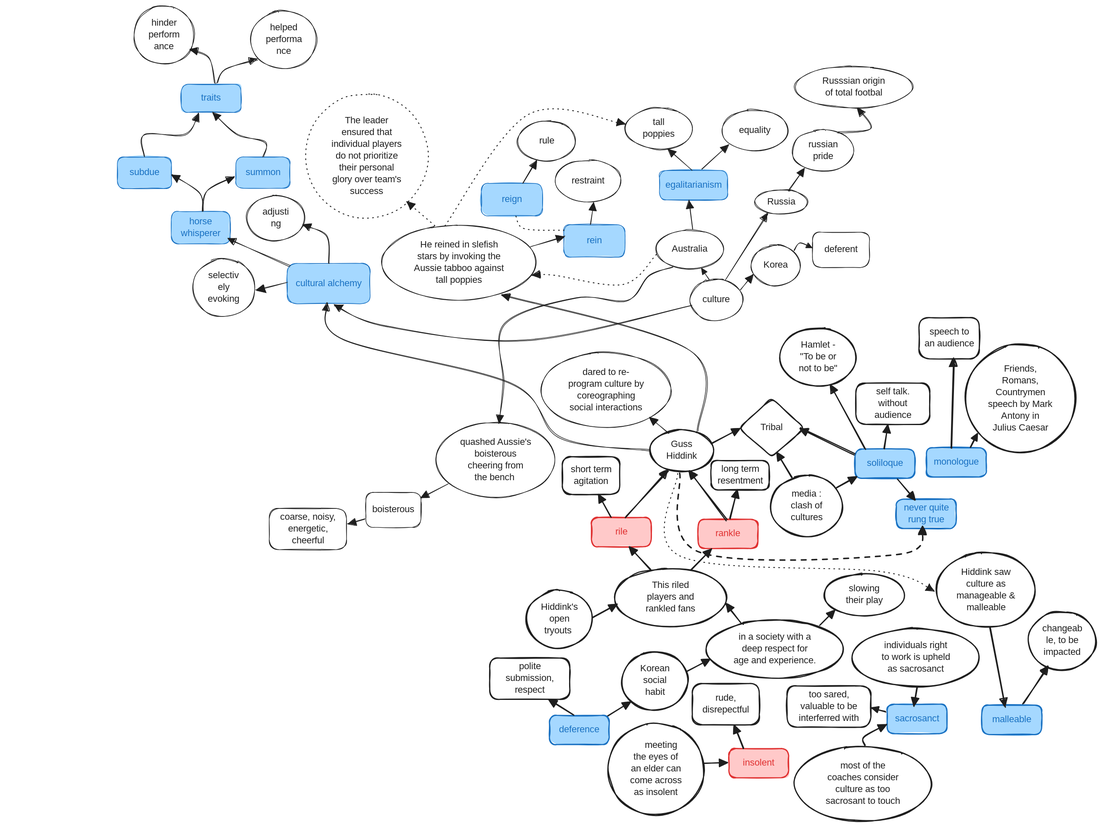
samratkar/samratkar.github.io keeps this Excalidraw diagram as images/wordisgod/wordisgod.excalidraw.svg. Above is the earlier version. Source tidied: one line per element, renumbered; positions are measured from the earlier drawing's top-left corner, leaving out a move shared by most shapes.
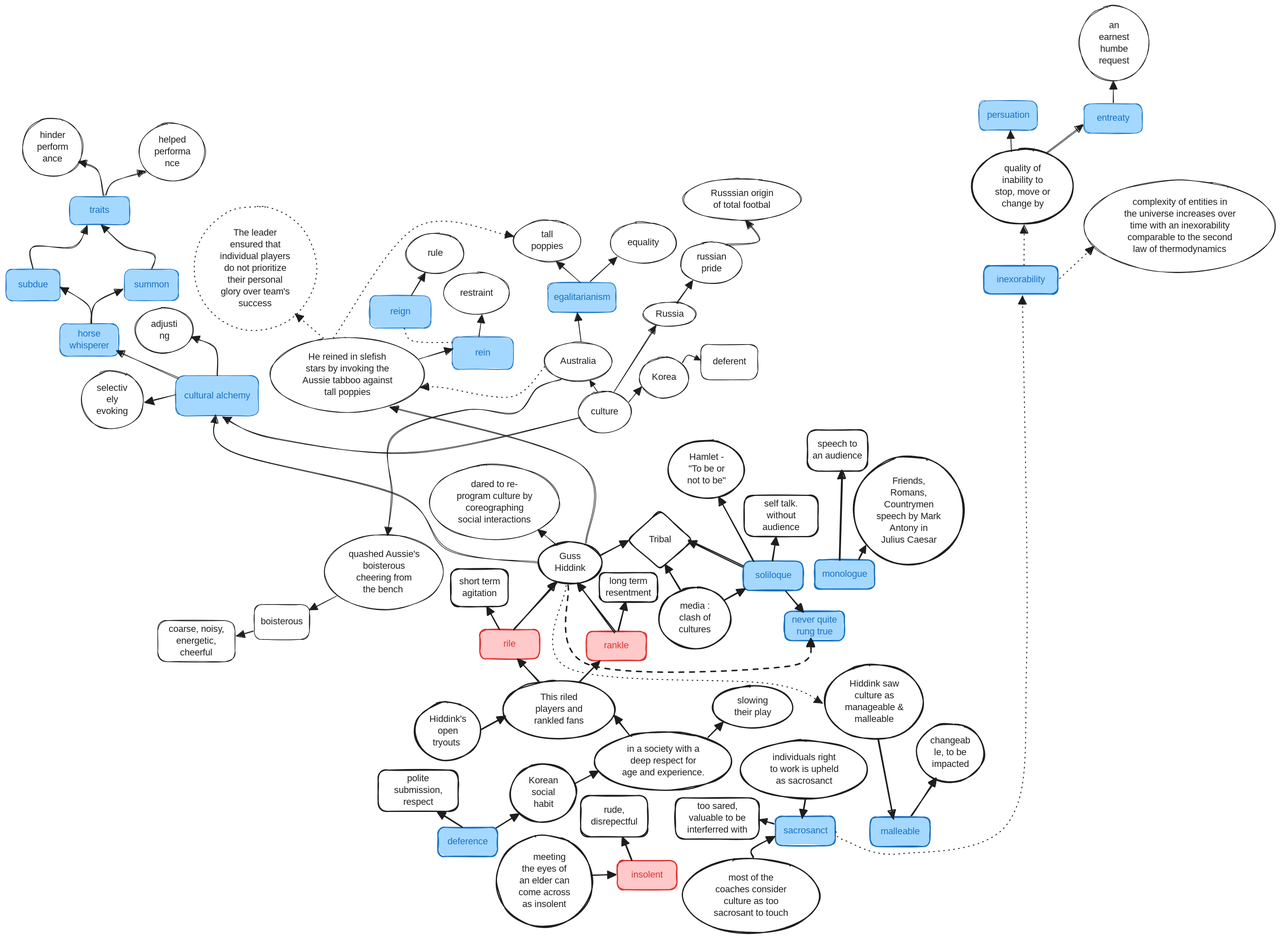
Above is the later version.

Change to the diagram source:
```diff
@@ -180,3 +180,21 @@
 {"id": 179, "type": "arrow", "strokeColor": "#1e1e1e", "strokeWidth": 1, "roughness": 1, "endArrowhead": "triangle", "round": true, "from": 166, "to": 177, "x": 167, "y": 132, "width": 43, "height": 57, "points": [[0, 0], [-12, -43], [-43, -57]]}
 {"id": 180, "type": "arrow", "strokeColor": "#1e1e1e", "strokeWidth": 1, "roughness": 1, "endArrowhead": "triangle", "round": true, "from": 6, "to": 153, "x": 904, "y": 754, "width": 549, "height": 249, "points": [[0, 0], [-152, -21], [-234, -113], [-518, -186], [-549, -249]]}
 {"id": 181, "type": "arrow", "strokeColor": "#1e1e1e", "strokeWidth": 1, "roughness": 1, "endArrowhead": "triangle", "round": true, "from": 153, "to": 162, "x": 294, "y": 442, "width": 105, "height": 46, "points": [[0, 0], [-105, -46]]}
+{"id": 182, "type": "rectangle", "strokeColor": "#1971c2", "backgroundColor": "#a5d8ff", "fillStyle": "solid", "strokeWidth": 2, "roughness": 1, "round": true, "x": 1661, "y": 250, "width": 126, "height": 48}
+{"id": 183, "type": "text", "text": "inexorability", "strokeColor": "#1971c2", "strokeWidth": 2, "roughness": 1, "fontSize": 16, "fontFamily": 5, "textAlign": "center", "verticalAlign": "middle", "inside": 182, "x": 1678, "y": 264, "width": 93, "height": 20}
+{"id": 184, "type": "ellipse", "strokeColor": "#1e1e1e", "strokeWidth": 2, "roughness": 1, "round": true, "x": 1641, "y": 52, "width": 172, "height": 127}
+{"id": 185, "type": "text", "text": "quality of\ninability to\nstop, move or\nchange by", "strokeColor": "#1e1e1e", "strokeWidth": 2, "roughness": 1, "fontSize": 16, "fontFamily": 5, "textAlign": "center", "verticalAlign": "middle", "inside": 184, "x": 1674, "y": 76, "width": 106, "height": 80}
+{"id": 186, "type": "arrow", "strokeColor": "#1e1e1e", "strokeWidth": 1, "strokeStyle": "dotted", "roughness": 1, "endArrowhead": "triangle", "round": true, "from": 72, "to": 182, "x": 1409, "y": 1212, "width": 326, "height": 947, "points": [[0, 0], [16, 13], [108, 37], [294, -18], [326, -295], [319, -910]]}
+{"id": 187, "type": "arrow", "strokeColor": "#1e1e1e", "strokeWidth": 1, "strokeStyle": "dotted", "roughness": 1, "endArrowhead": "triangle", "round": true, "from": 182, "to": 184, "x": 1729, "y": 249, "width": 1, "height": 68, "points": [[0, 0], [-1, -68]]}
+{"id": 188, "type": "rectangle", "strokeColor": "#1971c2", "backgroundColor": "#a5d8ff", "fillStyle": "solid", "strokeWidth": 1, "roughness": 1, "round": true, "x": 1653, "y": -30, "width": 99, "height": 50}
+{"id": 189, "type": "text", "text": "persuation", "strokeColor": "#1971c2", "strokeWidth": 1, "roughness": 1, "fontSize": 16, "fontFamily": 5, "textAlign": "center", "verticalAlign": "middle", "inside": 188, "x": 1662, "y": -15, "width": 81, "height": 20}
+{"id": 190, "type": "rectangle", "strokeColor": "#1971c2", "backgroundColor": "#a5d8ff", "fillStyle": "solid", "strokeWidth": 1, "roughness": 1, "round": true, "x": 1831, "y": -25, "width": 99, "height": 50}
+{"id": 191, "type": "text", "text": "entreaty", "strokeColor": "#1971c2", "strokeWidth": 1, "roughness": 1, "fontSize": 16, "fontFamily": 5, "textAlign": "center", "verticalAlign": "middle", "inside": 190, "x": 1847, "y": -10, "width": 67, "height": 20}
+{"id": 192, "type": "ellipse", "strokeColor": "#1e1e1e", "strokeWidth": 1, "roughness": 1, "round": true, "x": 1823, "y": -191, "width": 119, "height": 127}
+{"id": 193, "type": "text", "text": "an\nearnest\nhumbe\nrequest", "strokeColor": "#1e1e1e", "strokeWidth": 1, "roughness": 1, "fontSize": 16, "fontFamily": 5, "textAlign": "center", "verticalAlign": "middle", "inside": 192, "x": 1853, "y": -167, "width": 59, "height": 80}
+{"id": 194, "type": "arrow", "strokeColor": "#1e1e1e", "strokeWidth": 1, "roughness": 1, "endArrowhead": "triangle", "round": true, "from": 190, "to": 192, "x": 1881, "y": -27, "width": 0, "height": 36, "points": [[0, 0], [0, -36]]}
+{"id": 195, "type": "arrow", "strokeColor": "#1e1e1e", "strokeWidth": 1, "roughness": 1, "endArrowhead": "triangle", "round": true, "from": 184, "to": 188, "x": 1708, "y": 56, "width": 2, "height": 36, "points": [[0, 0], [-2, -36]]}
+{"id": 196, "type": "arrow", "strokeColor": "#1e1e1e", "strokeWidth": 1, "roughness": 1, "endArrowhead": "triangle", "round": true, "from": 184, "to": 190, "x": 1768, "y": 59, "width": 63, "height": 48, "points": [[0, 0], [63, -48]]}
+{"id": 197, "type": "ellipse", "strokeColor": "#1e1e1e", "strokeWidth": 1, "roughness": 1, "round": true, "x": 1832, "y": 105, "width": 324, "height": 156}
+{"id": 198, "type": "text", "text": "complexity of entities in\nthe universe increases over\ntime with an inexorability\ncomparable to the second\nlaw of thermodynamics", "strokeColor": "#1e1e1e", "strokeWidth": 1, "roughness": 1, "fontSize": 16, "fontFamily": 5, "textAlign": "center", "verticalAlign": "middle", "inside": 197, "x": 1888, "y": 133, "width": 211, "height": 100}
+{"id": 199, "type": "arrow", "strokeColor": "#1e1e1e", "strokeWidth": 1, "strokeStyle": "dotted", "roughness": 1, "endArrowhead": "triangle", "round": true, "from": 182, "to": 197, "x": 1789, "y": 272, "width": 59, "height": 54, "points": [[0, 0], [59, -54]]}
```
